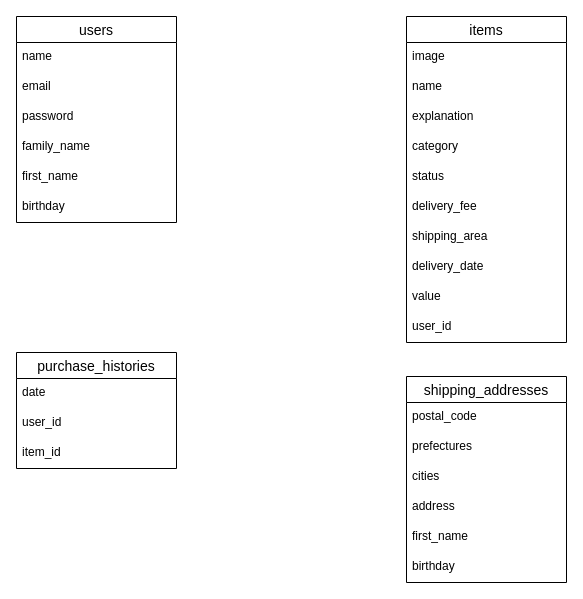
Above: er..dio in yoshiaki-g/furima-28178 (draw.io), before the change. Source tidied: cells renumbered, new cells numbered last; positions are measured from the earlier drawing's top-left corner, leaving out a move shared by most shapes. Both pictures are drawn from the tidied source at 100%, with x=0, y=0 at pixel (16, 16).
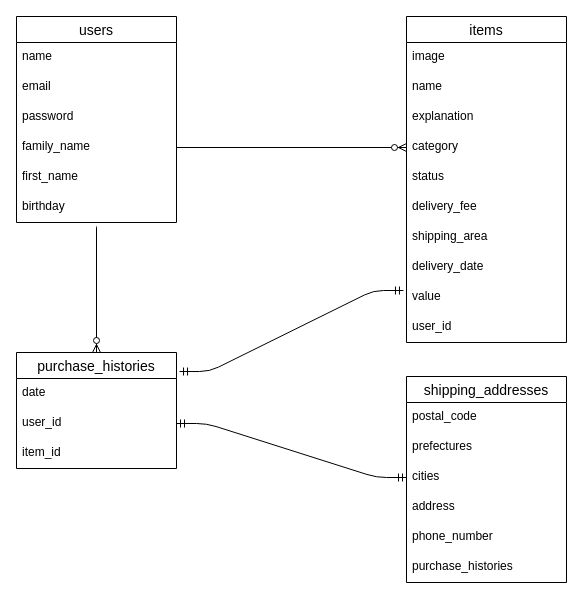
Above is the later version.

Commit message (it also covers changes not shown here):
テーブル設計

Unchanged cells that the change refers to:
```xml
<mxCell id="2" value="purchase_histories" style="swimlane;fontStyle=0;horizontal=1;startSize=26;align=center;fontSize=14;" parent="1" vertex="1">
  <mxGeometry y="336" width="160" height="116" as="geometry" />
</mxCell>
<mxCell id="4" value="user_id" style="text;strokeColor=none;fillColor=none;spacingLeft=4;spacingRight=4;overflow=hidden;points=[[0,0.5],[1,0.5]];portConstraint=eastwest;fontSize=12;" parent="2" vertex="1">
  <mxGeometry y="56" width="160" height="30" as="geometry" />
</mxCell>
<mxCell id="6" value="shipping_addresses" style="swimlane;fontStyle=0;horizontal=1;startSize=26;align=center;fontSize=14;" parent="1" vertex="1">
  <mxGeometry x="390" y="360" width="160" height="206" as="geometry" />
</mxCell>
<mxCell id="9" value="cities" style="text;strokeColor=none;fillColor=none;spacingLeft=4;spacingRight=4;overflow=hidden;points=[[0,0.5],[1,0.5]];portConstraint=eastwest;fontSize=12;" parent="6" vertex="1">
  <mxGeometry y="86" width="160" height="30" as="geometry" />
</mxCell>
<mxCell id="17" value="category" style="text;strokeColor=none;fillColor=none;spacingLeft=4;spacingRight=4;overflow=hidden;points=[[0,0.5],[1,0.5]];portConstraint=eastwest;fontSize=12;" parent="13" vertex="1">
  <mxGeometry y="116" width="160" height="30" as="geometry" />
</mxCell>
<mxCell id="22" value="value" style="text;strokeColor=none;fillColor=none;spacingLeft=4;spacingRight=4;overflow=hidden;points=[[0,0.5],[1,0.5]];portConstraint=eastwest;fontSize=12;" parent="13" vertex="1">
  <mxGeometry y="266" width="160" height="30" as="geometry" />
</mxCell>
<mxCell id="28" value="family_name" style="text;strokeColor=none;fillColor=none;spacingLeft=4;spacingRight=4;overflow=hidden;points=[[0,0.5],[1,0.5]];portConstraint=eastwest;fontSize=12;" parent="24" vertex="1">
  <mxGeometry y="116" width="160" height="30" as="geometry" />
</mxCell>
```

The edit, as a diff of the source:
```diff
@@
-    <mxCell id="11" value="first_name" style="text;strokeColor=none;fillColor=none;spacingLeft=4;spacingRight=4;overflow=hidden;fontSize=12;" parent="6" vertex="1">
+    <mxCell id="11" value="phone_number" style="text;strokeColor=none;fillColor=none;spacingLeft=4;spacingRight=4;overflow=hidden;fontSize=12;" parent="6" vertex="1">
       <mxGeometry y="146" width="160" height="30" as="geometry" />
     </mxCell>
-    <mxCell id="12" value="birthday" style="text;strokeColor=none;fillColor=none;spacingLeft=4;spacingRight=4;overflow=hidden;fontSize=12;" parent="6" vertex="1">
+    <mxCell id="12" value="purchase_histories" style="text;strokeColor=none;fillColor=none;spacingLeft=4;spacingRight=4;overflow=hidden;fontSize=12;" parent="6" vertex="1">
       <mxGeometry y="176" width="160" height="30" as="geometry" />
     </mxCell>
@@
+    <mxCell id="31" style="edgeStyle=orthogonalEdgeStyle;rounded=0;jettySize=auto;html=1;exitX=1;exitY=0.5;exitDx=0;exitDy=0;entryX=0;entryY=0.5;entryDx=0;entryDy=0;endArrow=ERzeroToMany;endFill=1;" parent="1" edge="1" source="28" target="17">
+      <mxGeometry relative="1" as="geometry" />
+    </mxCell>
+    <mxCell id="32" style="edgeStyle=entityRelationEdgeStyle;fontSize=12;html=1;endArrow=ERmandOne;startArrow=ERmandOne;exitX=1;exitY=0.5;exitDx=0;exitDy=0;entryX=0;entryY=0.5;entryDx=0;entryDy=0;" parent="1" edge="1" source="4" target="9">
+      <mxGeometry relative="1" as="geometry" />
+    </mxCell>
+    <mxCell id="33" style="edgeStyle=entityRelationEdgeStyle;fontSize=12;html=1;endArrow=ERmandOne;startArrow=ERmandOne;exitX=1.019;exitY=0.164;exitDx=0;exitDy=0;exitPerimeter=0;entryX=-0.019;entryY=0.267;entryDx=0;entryDy=0;entryPerimeter=0;" parent="1" edge="1" source="2" target="22">
+      <mxGeometry relative="1" as="geometry" />
+    </mxCell>
+    <mxCell id="34" style="edgeStyle=orthogonalEdgeStyle;rounded=0;jettySize=auto;html=1;entryX=0.5;entryY=0;entryDx=0;entryDy=0;endArrow=ERzeroToMany;endFill=1;" parent="1" edge="1" target="2">
+      <mxGeometry relative="1" as="geometry">
+        <mxPoint x="80" y="210" as="sourcePoint" />
+        <Array as="points">
+          <mxPoint x="80" y="211" />
+        </Array>
+      </mxGeometry>
+    </mxCell>
```
